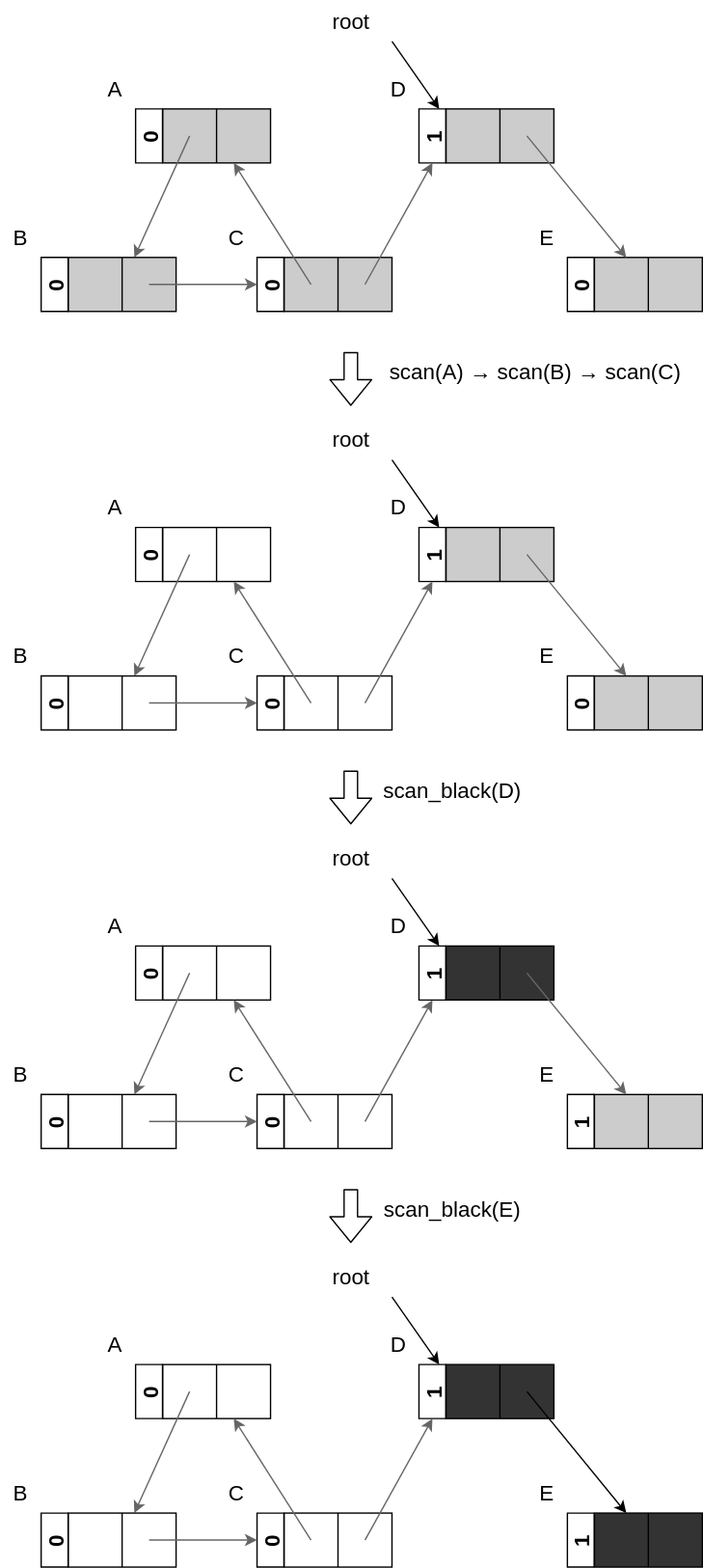
Before: assets/img/lecture_materials/GarbageCollection/ch3/lins-scan.drawio.svg, a diagram exported from draw.io (drop-stones/slides). Source tidied: cells renumbered, new cells last; positions are measured from the earlier drawing's top-left corner, leaving out a move shared by most shapes.
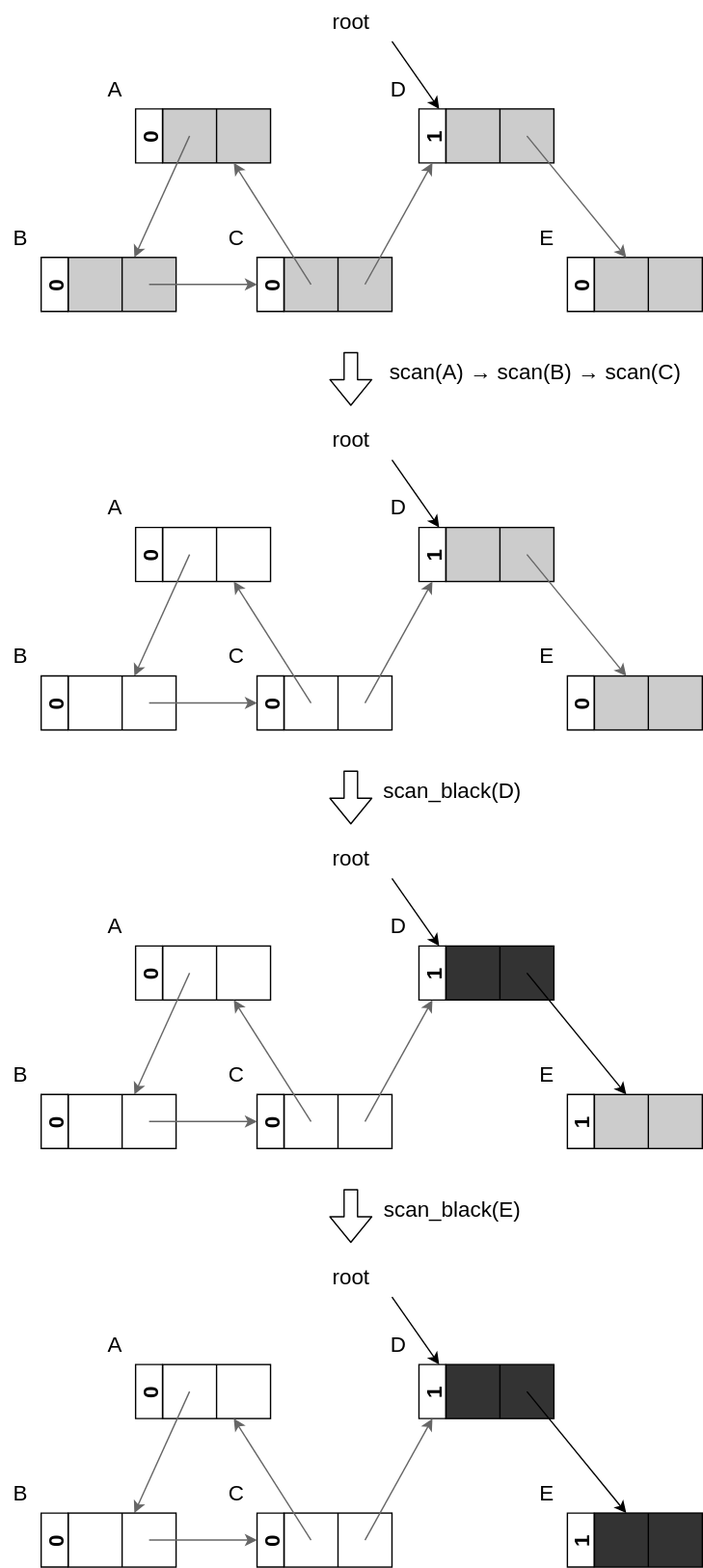
Later version of the same file.

Diff of the diagram source:
```diff
@@ -468,7 +468,7 @@
         <mxPoint x="270" y="830" as="sourcePoint" />
       </mxGeometry>
     </mxCell>
-    <mxCell id="146" style="endArrow=classic;html=1;fontSize=16;strokeColor=#666666;" parent="1" edge="1" target="139">
+    <mxCell id="146" style="endArrow=classic;html=1;fontSize=16;strokeColor=#000000;" parent="1" edge="1" target="139">
       <mxGeometry relative="1" as="geometry">
         <mxPoint x="390" y="720" as="sourcePoint" />
       </mxGeometry>
```
